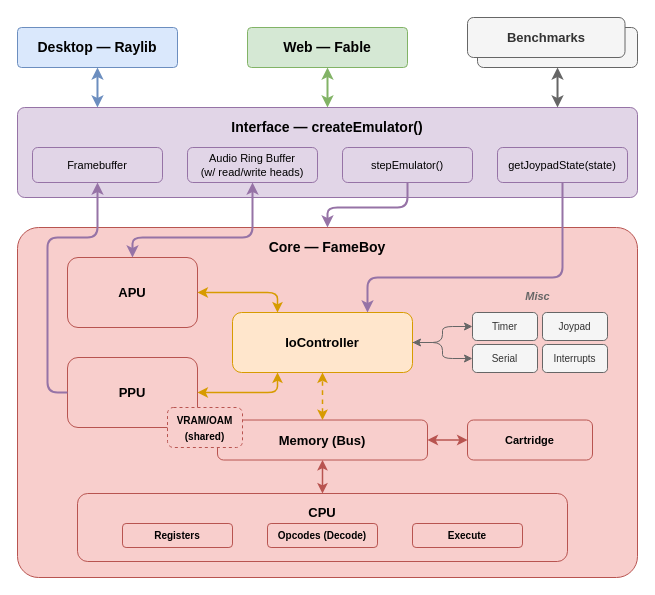
Above: docs/architecture.drawio in nickkossolapov/fame-boy (draw.io), before the change. Source tidied: cells renumbered, new cells numbered last; positions are measured from the earlier drawing's top-left corner, leaving out a move shared by most shapes. Both pictures are drawn from the tidied source at 100%, with x=0, y=0 at pixel (17, 17).
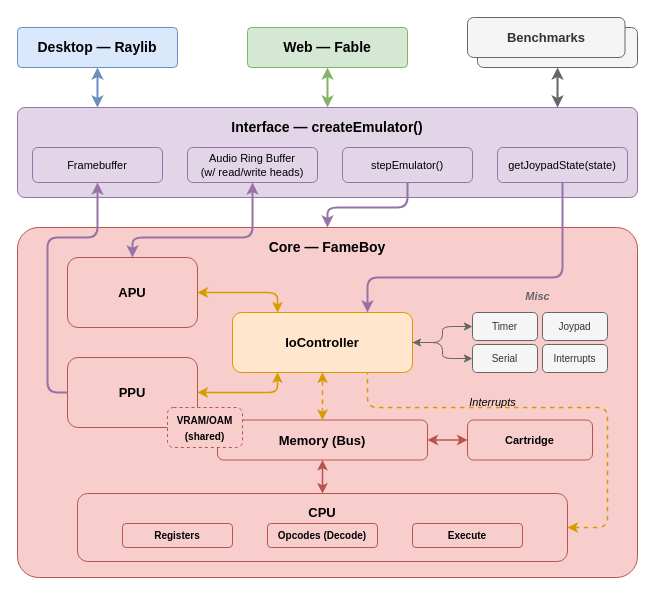
Above is the later version.

Unchanged cells that the change refers to:
```xml
<mxCell id="15" value="IoController" style="rounded=1;whiteSpace=wrap;html=1;fillColor=#ffe6cc;strokeColor=#d79b00;fontSize=13;fontStyle=1;" parent="1" vertex="1">
  <mxGeometry x="215" y="295" width="180" height="60" as="geometry" />
</mxCell>
```

Diff of the diagram source:
```diff
@@
+    <mxCell id="41" style="edgeStyle=orthogonalEdgeStyle;rounded=1;entryX=0.75;entryY=1;strokeColor=#d79b00;strokeWidth=1.5;dashed=1;entryDx=0;entryDy=0;startArrow=classic;startFill=1;endArrow=none;endFill=0;" parent="1" edge="1" target="15">
+      <mxGeometry relative="1" as="geometry">
+        <mxPoint x="550" y="510" as="sourcePoint" />
+        <Array as="points">
+          <mxPoint x="590" y="510" />
+          <mxPoint x="590" y="390" />
+          <mxPoint x="350" y="390" />
+        </Array>
+      </mxGeometry>
+    </mxCell>
+    <mxCell id="42" value="Interrupts" style="edgeLabel;html=1;align=center;verticalAlign=middle;labelBackgroundColor=none;fontStyle=2;" parent="41" vertex="1">
+      <mxGeometry x="0.28" y="-3" relative="1" as="geometry">
+        <mxPoint x="2" y="-3" as="offset" />
+      </mxGeometry>
+    </mxCell>
```
